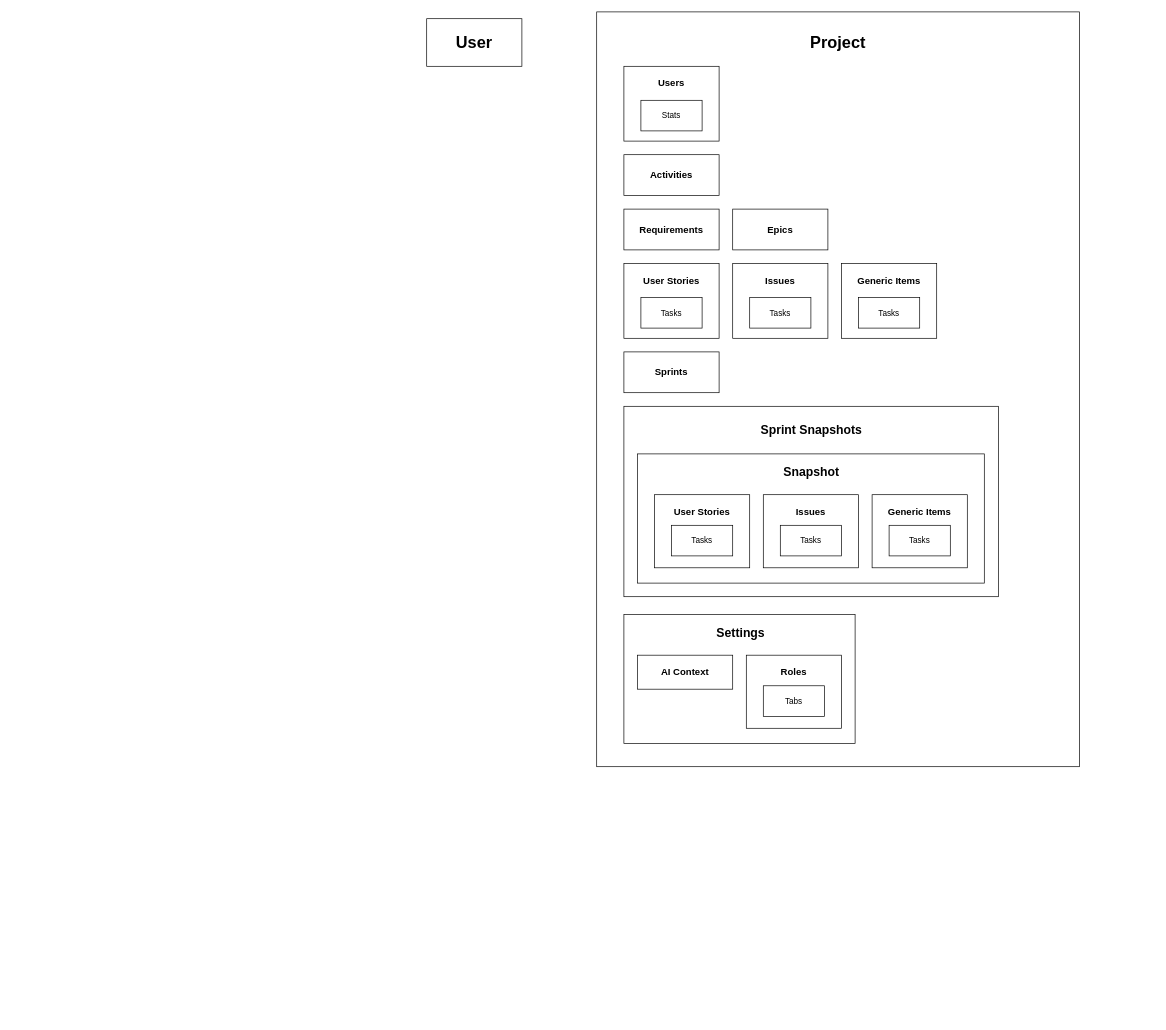
Above: diagrams/firebase_schema.drawio in Apantli/Tenor (draw.io), before the change. Source tidied: cells renumbered, new cells numbered last; positions are measured from the earlier drawing's top-left corner, leaving out a move shared by most shapes. Both pictures are drawn from the tidied source at 68%, with x=0, y=0 at pixel (426, 12).
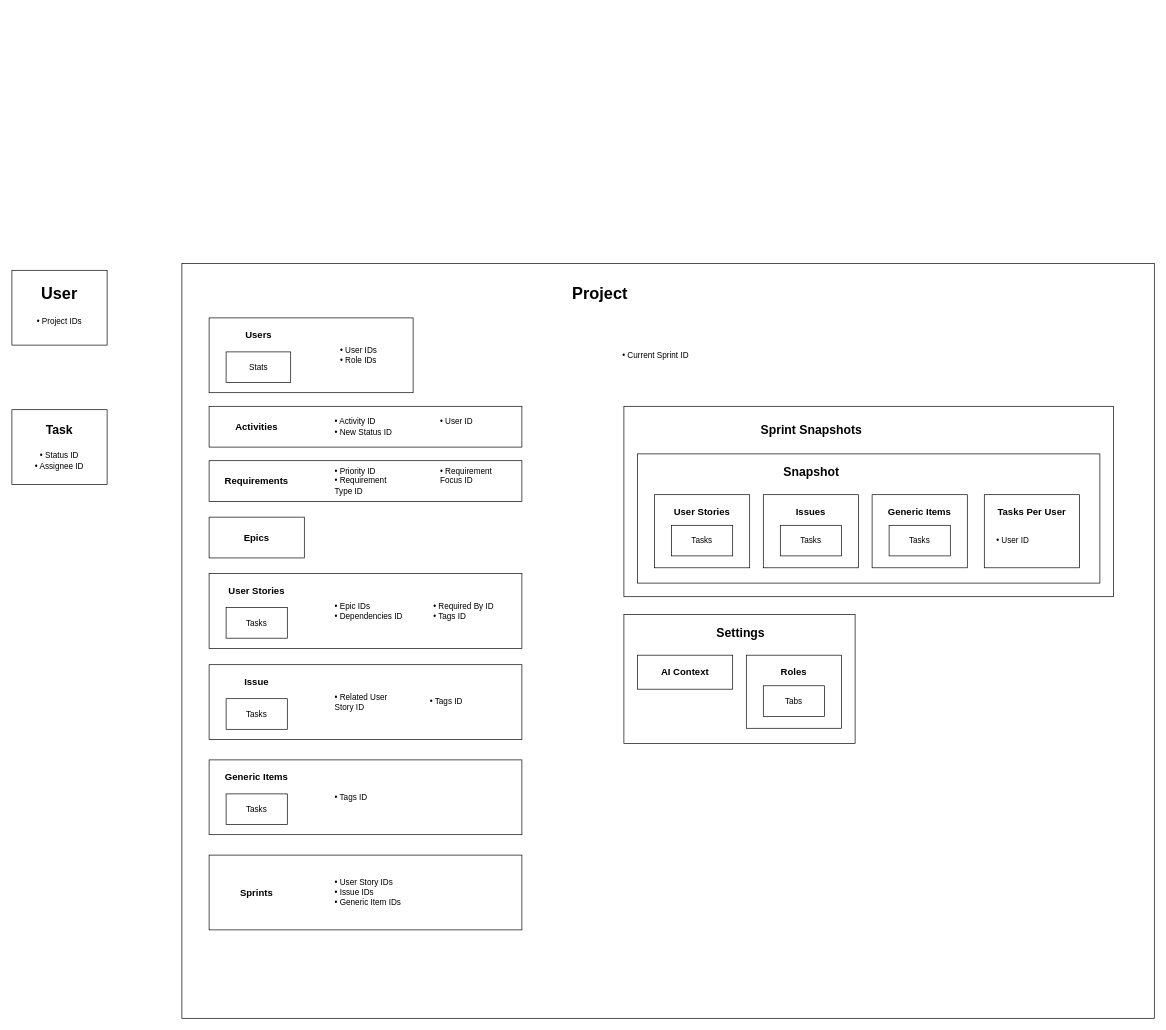
Above is the later version.

Change to the diagram source:
```diff
@@
     <mxCell id="2" style="rounded=0;whiteSpace=wrap;html=1;" parent="1" vertex="1">
-      <mxGeometry x="250" width="710" height="1110" as="geometry" />
+      <mxGeometry x="-360" y="370" width="1430" height="1110" as="geometry" />
     </mxCell>
     <mxCell id="3" value="&lt;h1&gt;Project&lt;/h1&gt;" style="text;html=1;align=center;verticalAlign=middle;whiteSpace=wrap;rounded=0;" parent="1" vertex="1">
-      <mxGeometry x="540" y="30" width="130" height="30" as="geometry" />
+      <mxGeometry x="190" y="400" width="130" height="30" as="geometry" />
     </mxCell>
     <mxCell id="4" style="rounded=0;whiteSpace=wrap;html=1;" parent="1" vertex="1">
-      <mxGeometry x="290" y="210" width="140" height="60" as="geometry" />
+      <mxGeometry x="-320" y="580" width="460" height="60" as="geometry" />
     </mxCell>
     <mxCell id="5" value="&lt;h3&gt;Activities&lt;/h3&gt;" style="text;html=1;align=center;verticalAlign=middle;whiteSpace=wrap;rounded=0;" parent="1" vertex="1">
-      <mxGeometry x="320" y="225" width="80" height="30" as="geometry" />
+      <mxGeometry x="-290" y="595" width="80" height="30" as="geometry" />
     </mxCell>
     <mxCell id="6" style="rounded=0;whiteSpace=wrap;html=1;" parent="1" vertex="1">
-      <mxGeometry x="290" y="80" width="140" height="110" as="geometry" />
+      <mxGeometry x="-320" y="450" width="300" height="110" as="geometry" />
     </mxCell>
     <mxCell id="7" style="rounded=0;whiteSpace=wrap;html=1;" parent="1" vertex="1">
-      <mxGeometry x="315" y="130" width="90" height="45" as="geometry" />
+      <mxGeometry x="-295" y="500" width="95" height="45" as="geometry" />
     </mxCell>
     <mxCell id="8" value="Stats" style="text;html=1;align=center;verticalAlign=middle;whiteSpace=wrap;rounded=0;" parent="1" vertex="1">
-      <mxGeometry x="330" y="137.5" width="60" height="30" as="geometry" />
+      <mxGeometry x="-277.5" y="507.5" width="60" height="30" as="geometry" />
     </mxCell>
     <mxCell id="9" value="&lt;h3&gt;Users&lt;/h3&gt;" style="text;html=1;align=center;verticalAlign=middle;whiteSpace=wrap;rounded=0;" parent="1" vertex="1">
-      <mxGeometry x="330" y="90" width="60" height="30" as="geometry" />
+      <mxGeometry x="-277.5" y="460" width="60" height="30" as="geometry" />
     </mxCell>
     <mxCell id="10" style="rounded=0;whiteSpace=wrap;html=1;" parent="1" vertex="1">
-      <mxGeometry y="10" width="140" height="70" as="geometry" />
+      <mxGeometry x="-610" y="380" width="140" height="110" as="geometry" />
     </mxCell>
     <mxCell id="11" value="&lt;h1&gt;User&lt;/h1&gt;" style="text;html=1;align=center;verticalAlign=middle;whiteSpace=wrap;rounded=0;" parent="1" vertex="1">
-      <mxGeometry x="40" y="30" width="60" height="30" as="geometry" />
+      <mxGeometry x="-570" y="400" width="60" height="30" as="geometry" />
     </mxCell>
     <mxCell id="12" style="rounded=0;whiteSpace=wrap;html=1;" parent="1" vertex="1">
-      <mxGeometry x="290" y="290" width="140" height="60" as="geometry" />
+      <mxGeometry x="-320" y="660" width="460" height="60" as="geometry" />
     </mxCell>
     <mxCell id="13" value="&lt;h3&gt;Requirements&lt;/h3&gt;" style="text;html=1;align=center;verticalAlign=middle;whiteSpace=wrap;rounded=0;" parent="1" vertex="1">
-      <mxGeometry x="320" y="305" width="80" height="30" as="geometry" />
+      <mxGeometry x="-290" y="675" width="80" height="30" as="geometry" />
     </mxCell>
     <mxCell id="14" style="rounded=0;whiteSpace=wrap;html=1;" parent="1" vertex="1">
-      <mxGeometry x="450" y="290" width="140" height="60" as="geometry" />
+      <mxGeometry x="-320" y="743" width="140" height="60" as="geometry" />
     </mxCell>
     <mxCell id="15" value="&lt;h3&gt;Epics&lt;/h3&gt;" style="text;html=1;align=center;verticalAlign=middle;whiteSpace=wrap;rounded=0;" parent="1" vertex="1">
-      <mxGeometry x="480" y="305" width="80" height="30" as="geometry" />
+      <mxGeometry x="-290" y="758" width="80" height="30" as="geometry" />
     </mxCell>
-    <mxCell id="16" style="rounded=0;whiteSpace=wrap;html=1;" parent="1" vertex="1">
-      <mxGeometry x="290" y="500" width="140" height="60" as="geometry" />
-    </mxCell>
-    <mxCell id="17" value="&lt;h3&gt;Sprints&lt;/h3&gt;" style="text;html=1;align=center;verticalAlign=middle;whiteSpace=wrap;rounded=0;" parent="1" vertex="1">
-      <mxGeometry x="320" y="515" width="80" height="30" as="geometry" />
-    </mxCell>
     <mxCell id="18" style="rounded=0;whiteSpace=wrap;html=1;" parent="1" vertex="1">
-      <mxGeometry x="290" y="580" width="551" height="280" as="geometry" />
+      <mxGeometry x="290" y="580" width="720" height="280" as="geometry" />
     </mxCell>
@@
     <mxCell id="20" style="rounded=0;whiteSpace=wrap;html=1;" parent="1" vertex="1">
-      <mxGeometry x="310" y="650" width="510" height="190" as="geometry" />
+      <mxGeometry x="310" y="650" width="680" height="190" as="geometry" />
     </mxCell>
@@
     <mxCell id="42" style="rounded=0;whiteSpace=wrap;html=1;" parent="1" vertex="1">
-      <mxGeometry x="290" y="370" width="140" height="110" as="geometry" />
+      <mxGeometry x="-320" y="826" width="460" height="110" as="geometry" />
     </mxCell>
     <mxCell id="43" style="rounded=0;whiteSpace=wrap;html=1;" parent="1" vertex="1">
-      <mxGeometry x="315" y="420" width="90" height="45" as="geometry" />
+      <mxGeometry x="-295" y="876" width="90" height="45" as="geometry" />
     </mxCell>
     <mxCell id="44" value="Tasks" style="text;html=1;align=center;verticalAlign=middle;whiteSpace=wrap;rounded=0;" parent="1" vertex="1">
-      <mxGeometry x="330" y="427.5" width="60" height="30" as="geometry" />
+      <mxGeometry x="-280" y="883.5" width="60" height="30" as="geometry" />
     </mxCell>
     <mxCell id="45" value="&lt;h3&gt;User Stories&lt;/h3&gt;" style="text;html=1;align=center;verticalAlign=middle;whiteSpace=wrap;rounded=0;" parent="1" vertex="1">
-      <mxGeometry x="300" y="380" width="120" height="30" as="geometry" />
+      <mxGeometry x="-310" y="836" width="120" height="30" as="geometry" />
     </mxCell>
-    <mxCell id="46" style="rounded=0;whiteSpace=wrap;html=1;" parent="1" vertex="1">
-      <mxGeometry x="450" y="370" width="140" height="110" as="geometry" />
-    </mxCell>
-    <mxCell id="47" style="rounded=0;whiteSpace=wrap;html=1;" parent="1" vertex="1">
-      <mxGeometry x="475" y="420" width="90" height="45" as="geometry" />
-    </mxCell>
-    <mxCell id="48" value="Tasks" style="text;html=1;align=center;verticalAlign=middle;whiteSpace=wrap;rounded=0;" parent="1" vertex="1">
-      <mxGeometry x="490" y="427.5" width="60" height="30" as="geometry" />
-    </mxCell>
-    <mxCell id="49" value="&lt;h3&gt;Issues&lt;/h3&gt;" style="text;html=1;align=center;verticalAlign=middle;whiteSpace=wrap;rounded=0;" parent="1" vertex="1">
-      <mxGeometry x="460" y="380" width="120" height="30" as="geometry" />
-    </mxCell>
-    <mxCell id="50" style="rounded=0;whiteSpace=wrap;html=1;" parent="1" vertex="1">
-      <mxGeometry x="610" y="370" width="140" height="110" as="geometry" />
-    </mxCell>
-    <mxCell id="51" style="rounded=0;whiteSpace=wrap;html=1;" parent="1" vertex="1">
-      <mxGeometry x="635" y="420" width="90" height="45" as="geometry" />
-    </mxCell>
-    <mxCell id="52" value="Tasks" style="text;html=1;align=center;verticalAlign=middle;whiteSpace=wrap;rounded=0;" parent="1" vertex="1">
-      <mxGeometry x="650" y="427.5" width="60" height="30" as="geometry" />
-    </mxCell>
+    <mxCell id="54" value="&lt;p&gt;&lt;/p&gt;&lt;span style=&quot;background-color: transparent; color: light-dark(rgb(0, 0, 0), rgb(255, 255, 255));&quot;&gt;• Project IDs&lt;/span&gt;&lt;p&gt;&lt;/p&gt;" style="text;html=1;align=center;verticalAlign=middle;whiteSpace=wrap;rounded=0;" parent="1" vertex="1">
+      <mxGeometry x="-590" y="440" width="100" height="30" as="geometry" />
+    </mxCell>
+    <mxCell id="55" value="&lt;p&gt;&lt;/p&gt;&lt;span style=&quot;background-color: transparent; color: light-dark(rgb(0, 0, 0), rgb(255, 255, 255));&quot;&gt;• User IDs&lt;/span&gt;&lt;br&gt;&lt;span style=&quot;background-color: transparent; color: light-dark(rgb(0, 0, 0), rgb(255, 255, 255));&quot;&gt;• Role IDs&lt;/span&gt;&lt;span style=&quot;background-color: transparent; color: light-dark(rgb(0, 0, 0), rgb(255, 255, 255));&quot;&gt;&amp;nbsp;&lt;/span&gt;&lt;div&gt;&lt;div&gt;&lt;p&gt;&lt;/p&gt;&lt;/div&gt;&lt;/div&gt;" style="text;html=1;align=left;verticalAlign=middle;whiteSpace=wrap;rounded=0;fontSize=12;spacing=0;spacingBottom=0;horizontal=1;" parent="1" vertex="1">
+      <mxGeometry x="-127.5" y="480" width="75" height="50" as="geometry" />
+    </mxCell>
+    <mxCell id="56" value="&lt;p&gt;&lt;/p&gt;&lt;span style=&quot;background-color: transparent; color: light-dark(rgb(0, 0, 0), rgb(255, 255, 255));&quot;&gt;• Activity ID&lt;/span&gt;&lt;br&gt;&lt;span style=&quot;background-color: transparent; color: light-dark(rgb(0, 0, 0), rgb(255, 255, 255));&quot;&gt;• New Status ID&lt;/span&gt;&lt;div&gt;&lt;div&gt;&lt;p&gt;&lt;/p&gt;&lt;/div&gt;&lt;/div&gt;" style="text;html=1;align=left;verticalAlign=middle;whiteSpace=wrap;rounded=0;fontSize=12;spacing=0;spacingBottom=0;horizontal=1;" parent="1" vertex="1">
+      <mxGeometry x="-135" y="585" width="90" height="50" as="geometry" />
+    </mxCell>
+    <mxCell id="57" value="&lt;p&gt;&lt;/p&gt;&lt;span style=&quot;background-color: transparent; color: light-dark(rgb(0, 0, 0), rgb(255, 255, 255));&quot;&gt;• User ID&lt;/span&gt;&lt;div&gt;&lt;span style=&quot;background-color: transparent; color: light-dark(rgb(0, 0, 0), rgb(255, 255, 255));&quot;&gt;&amp;nbsp;&lt;/span&gt;&lt;br&gt;&lt;div&gt;&lt;div&gt;&lt;p&gt;&lt;/p&gt;&lt;/div&gt;&lt;/div&gt;&lt;/div&gt;" style="text;html=1;align=left;verticalAlign=middle;whiteSpace=wrap;rounded=0;fontSize=12;spacing=0;spacingBottom=0;horizontal=1;" parent="1" vertex="1">
+      <mxGeometry x="20" y="585" width="90" height="50" as="geometry" />
+    </mxCell>
+    <mxCell id="58" value="&lt;p&gt;&lt;/p&gt;&lt;span style=&quot;background-color: transparent; color: light-dark(rgb(0, 0, 0), rgb(255, 255, 255));&quot;&gt;• Current Sprint ID&lt;/span&gt;&lt;div&gt;&lt;div&gt;&lt;div&gt;&lt;p&gt;&lt;/p&gt;&lt;/div&gt;&lt;/div&gt;&lt;/div&gt;" style="text;html=1;align=left;verticalAlign=middle;whiteSpace=wrap;rounded=0;fontSize=12;spacing=0;spacingBottom=0;horizontal=1;" parent="1" vertex="1">
+      <mxGeometry x="287.5" y="480" width="235" height="50" as="geometry" />
+    </mxCell>
+    <mxCell id="59" value="&lt;p&gt;&lt;/p&gt;&lt;span style=&quot;background-color: transparent; color: light-dark(rgb(0, 0, 0), rgb(255, 255, 255));&quot;&gt;• Priority ID&lt;/span&gt;&lt;br&gt;&lt;span style=&quot;background-color: transparent; color: light-dark(rgb(0, 0, 0), rgb(255, 255, 255));&quot;&gt;• Requirement Type ID&lt;/span&gt;&lt;div&gt;&lt;div&gt;&lt;p&gt;&lt;/p&gt;&lt;/div&gt;&lt;/div&gt;" style="text;html=1;align=left;verticalAlign=middle;whiteSpace=wrap;rounded=0;fontSize=12;spacing=0;spacingBottom=0;horizontal=1;" parent="1" vertex="1">
+      <mxGeometry x="-135" y="665" width="90" height="50" as="geometry" />
+    </mxCell>
+    <mxCell id="60" value="&lt;p&gt;&lt;/p&gt;&lt;span style=&quot;background-color: transparent; color: light-dark(rgb(0, 0, 0), rgb(255, 255, 255));&quot;&gt;• Requirement Focus ID&lt;/span&gt;&lt;div&gt;&lt;span style=&quot;background-color: transparent; color: light-dark(rgb(0, 0, 0), rgb(255, 255, 255));&quot;&gt;&amp;nbsp;&lt;/span&gt;&lt;br&gt;&lt;div&gt;&lt;div&gt;&lt;p&gt;&lt;/p&gt;&lt;/div&gt;&lt;/div&gt;&lt;/div&gt;" style="text;html=1;align=left;verticalAlign=middle;whiteSpace=wrap;rounded=0;fontSize=12;spacing=0;spacingBottom=0;horizontal=1;" parent="1" vertex="1">
+      <mxGeometry x="20" y="665" width="90" height="50" as="geometry" />
+    </mxCell>
+    <mxCell id="61" value="&lt;p&gt;&lt;/p&gt;&lt;span style=&quot;background-color: transparent; color: light-dark(rgb(0, 0, 0), rgb(255, 255, 255));&quot;&gt;• Epic IDs&lt;/span&gt;&lt;br&gt;&lt;span style=&quot;background-color: transparent; color: light-dark(rgb(0, 0, 0), rgb(255, 255, 255));&quot;&gt;• Dependencies&lt;/span&gt;&lt;span style=&quot;background-color: transparent; color: light-dark(rgb(0, 0, 0), rgb(255, 255, 255));&quot;&gt;&amp;nbsp;ID&lt;/span&gt;&lt;div&gt;&lt;div&gt;&lt;p&gt;&lt;/p&gt;&lt;/div&gt;&lt;/div&gt;" style="text;html=1;align=left;verticalAlign=middle;whiteSpace=wrap;rounded=0;fontSize=12;spacing=0;spacingBottom=0;horizontal=1;" parent="1" vertex="1">
+      <mxGeometry x="-135" y="856" width="105" height="50" as="geometry" />
+    </mxCell>
+    <mxCell id="62" value="&lt;p&gt;&lt;/p&gt;&lt;span style=&quot;background-color: transparent; color: light-dark(rgb(0, 0, 0), rgb(255, 255, 255));&quot;&gt;• Required By ID&lt;/span&gt;&lt;div&gt;&lt;span style=&quot;background-color: transparent; color: light-dark(rgb(0, 0, 0), rgb(255, 255, 255));&quot;&gt;• T&lt;/span&gt;&lt;span style=&quot;background-color: transparent;&quot;&gt;ags ID&lt;/span&gt;&lt;div&gt;&lt;div&gt;&lt;p&gt;&lt;/p&gt;&lt;/div&gt;&lt;/div&gt;&lt;/div&gt;" style="text;html=1;align=left;verticalAlign=middle;whiteSpace=wrap;rounded=0;fontSize=12;spacing=0;spacingBottom=0;horizontal=1;" parent="1" vertex="1">
+      <mxGeometry x="10" y="856" width="105" height="50" as="geometry" />
+    </mxCell>
+    <mxCell id="63" style="rounded=0;whiteSpace=wrap;html=1;" parent="1" vertex="1">
+      <mxGeometry x="-610" y="585" width="140" height="110" as="geometry" />
+    </mxCell>
+    <mxCell id="64" value="&lt;h2&gt;Task&lt;/h2&gt;" style="text;html=1;align=center;verticalAlign=middle;whiteSpace=wrap;rounded=0;" parent="1" vertex="1">
+      <mxGeometry x="-570" y="600" width="60" height="30" as="geometry" />
+    </mxCell>
+    <mxCell id="65" value="&lt;p&gt;&lt;/p&gt;&lt;span style=&quot;background-color: transparent; color: light-dark(rgb(0, 0, 0), rgb(255, 255, 255));&quot;&gt;• Status ID&lt;br&gt;&lt;/span&gt;&lt;div&gt;&lt;span style=&quot;background-color: transparent; color: light-dark(rgb(0, 0, 0), rgb(255, 255, 255));&quot;&gt;• Assignee ID&lt;/span&gt;&lt;p&gt;&lt;/p&gt;&lt;/div&gt;" style="text;html=1;align=center;verticalAlign=middle;whiteSpace=wrap;rounded=0;" parent="1" vertex="1">
+      <mxGeometry x="-590" y="645" width="100" height="30" as="geometry" />
+    </mxCell>
+    <mxCell id="66" style="rounded=0;whiteSpace=wrap;html=1;" parent="1" vertex="1">
+      <mxGeometry x="-320" y="960" width="460" height="110" as="geometry" />
+    </mxCell>
+    <mxCell id="67" style="rounded=0;whiteSpace=wrap;html=1;" parent="1" vertex="1">
+      <mxGeometry x="-295" y="1010" width="90" height="45" as="geometry" />
+    </mxCell>
+    <mxCell id="68" value="Tasks" style="text;html=1;align=center;verticalAlign=middle;whiteSpace=wrap;rounded=0;" parent="1" vertex="1">
+      <mxGeometry x="-280" y="1017.5" width="60" height="30" as="geometry" />
+    </mxCell>
+    <mxCell id="69" value="&lt;h3&gt;Issue&lt;/h3&gt;" style="text;html=1;align=center;verticalAlign=middle;whiteSpace=wrap;rounded=0;" parent="1" vertex="1">
+      <mxGeometry x="-310" y="970" width="120" height="30" as="geometry" />
+    </mxCell>
+    <mxCell id="70" value="&lt;p&gt;&lt;/p&gt;&lt;span style=&quot;background-color: transparent; color: light-dark(rgb(0, 0, 0), rgb(255, 255, 255));&quot;&gt;• R&lt;/span&gt;&lt;span style=&quot;background-color: transparent;&quot;&gt;elated User Story ID&amp;nbsp;&lt;/span&gt;&lt;div&gt;&lt;div&gt;&lt;div&gt;&lt;div&gt;&lt;div&gt;&lt;p&gt;&lt;/p&gt;&lt;/div&gt;&lt;/div&gt;&lt;/div&gt;&lt;/div&gt;&lt;/div&gt;" style="text;html=1;align=left;verticalAlign=middle;whiteSpace=wrap;rounded=0;fontSize=12;spacing=0;spacingBottom=0;horizontal=1;" parent="1" vertex="1">
+      <mxGeometry x="-135" y="990" width="105" height="50" as="geometry" />
+    </mxCell>
+    <mxCell id="71" value="&lt;p&gt;&lt;/p&gt;&lt;span style=&quot;color: light-dark(rgb(0, 0, 0), rgb(255, 255, 255)); background-color: transparent;&quot;&gt;• T&lt;/span&gt;&lt;span style=&quot;background-color: transparent;&quot;&gt;ags ID&lt;/span&gt;&lt;div&gt;&lt;div&gt;&lt;div&gt;&lt;div&gt;&lt;div&gt;&lt;p&gt;&lt;/p&gt;&lt;/div&gt;&lt;/div&gt;&lt;/div&gt;&lt;/div&gt;&lt;/div&gt;" style="text;html=1;align=left;verticalAlign=middle;whiteSpace=wrap;rounded=0;fontSize=12;spacing=0;spacingBottom=0;horizontal=1;" parent="1" vertex="1">
+      <mxGeometry x="5" y="990" width="105" height="50" as="geometry" />
+    </mxCell>
+    <mxCell id="72" style="rounded=0;whiteSpace=wrap;html=1;" parent="1" vertex="1">
+      <mxGeometry x="-320" y="1100" width="460" height="110" as="geometry" />
+    </mxCell>
+    <mxCell id="73" style="rounded=0;whiteSpace=wrap;html=1;" parent="1" vertex="1">
+      <mxGeometry x="-295" y="1150" width="90" height="45" as="geometry" />
+    </mxCell>
+    <mxCell id="74" value="Tasks" style="text;html=1;align=center;verticalAlign=middle;whiteSpace=wrap;rounded=0;" parent="1" vertex="1">
+      <mxGeometry x="-280" y="1157.5" width="60" height="30" as="geometry" />
+    </mxCell>
     <mxCell id="53" value="&lt;h3&gt;Generic Items&lt;/h3&gt;" style="text;html=1;align=center;verticalAlign=middle;whiteSpace=wrap;rounded=0;" parent="1" vertex="1">
-      <mxGeometry x="620" y="380" width="120" height="30" as="geometry" />
+      <mxGeometry x="-310" y="1110" width="120" height="30" as="geometry" />
     </mxCell>
+    <mxCell id="75" value="&lt;p&gt;&lt;/p&gt;&lt;span style=&quot;background-color: transparent; color: light-dark(rgb(0, 0, 0), rgb(255, 255, 255));&quot;&gt;• Tags ID&lt;/span&gt;&lt;div&gt;&lt;div&gt;&lt;div&gt;&lt;div&gt;&lt;div&gt;&lt;p&gt;&lt;/p&gt;&lt;/div&gt;&lt;/div&gt;&lt;/div&gt;&lt;/div&gt;&lt;/div&gt;" style="text;html=1;align=left;verticalAlign=middle;whiteSpace=wrap;rounded=0;fontSize=12;spacing=0;spacingBottom=0;horizontal=1;" parent="1" vertex="1">
+      <mxGeometry x="-135" y="1130" width="105" height="50" as="geometry" />
+    </mxCell>
+    <mxCell id="76" style="rounded=0;whiteSpace=wrap;html=1;" parent="1" vertex="1">
+      <mxGeometry x="-320" y="1240" width="460" height="110" as="geometry" />
+    </mxCell>
+    <mxCell id="17" value="&lt;h3&gt;Sprints&lt;/h3&gt;" style="text;html=1;align=center;verticalAlign=middle;whiteSpace=wrap;rounded=0;" parent="1" vertex="1">
+      <mxGeometry x="-310" y="1280" width="120" height="30" as="geometry" />
+    </mxCell>
+    <mxCell id="77" value="&lt;p&gt;&lt;/p&gt;&lt;span style=&quot;background-color: transparent; color: light-dark(rgb(0, 0, 0), rgb(255, 255, 255));&quot;&gt;• User Story IDs&lt;br&gt;&lt;/span&gt;&lt;div&gt;&lt;span style=&quot;background-color: transparent; color: light-dark(rgb(0, 0, 0), rgb(255, 255, 255));&quot;&gt;• Issue IDs&lt;/span&gt;&lt;/div&gt;&lt;div&gt;&lt;span style=&quot;background-color: transparent; color: light-dark(rgb(0, 0, 0), rgb(255, 255, 255));&quot;&gt;• Generic Item IDs&lt;/span&gt;&lt;div&gt;&lt;div&gt;&lt;div&gt;&lt;div&gt;&lt;div&gt;&lt;p&gt;&lt;/p&gt;&lt;/div&gt;&lt;/div&gt;&lt;/div&gt;&lt;/div&gt;&lt;/div&gt;&lt;/div&gt;" style="text;html=1;align=left;verticalAlign=middle;whiteSpace=wrap;rounded=0;fontSize=12;spacing=0;spacingBottom=0;horizontal=1;" parent="1" vertex="1">
+      <mxGeometry x="-135" y="1270" width="105" height="50" as="geometry" />
+    </mxCell>
+    <mxCell id="78" style="rounded=0;whiteSpace=wrap;html=1;" parent="1" vertex="1">
+      <mxGeometry x="820" y="710" width="140" height="107.5" as="geometry" />
+    </mxCell>
+    <mxCell id="79" value="&lt;h3&gt;Tasks Per User&lt;/h3&gt;" style="text;html=1;align=center;verticalAlign=middle;whiteSpace=wrap;rounded=0;" parent="1" vertex="1">
+      <mxGeometry x="830" y="720" width="120" height="30" as="geometry" />
+    </mxCell>
+    <mxCell id="80" value="&lt;p&gt;&lt;/p&gt;&lt;span style=&quot;background-color: transparent; color: light-dark(rgb(0, 0, 0), rgb(255, 255, 255));&quot;&gt;• User ID&lt;/span&gt;&lt;div&gt;&lt;div&gt;&lt;div&gt;&lt;p&gt;&lt;/p&gt;&lt;/div&gt;&lt;/div&gt;&lt;/div&gt;" style="text;html=1;align=left;verticalAlign=middle;whiteSpace=wrap;rounded=0;fontSize=12;spacing=0;spacingBottom=0;horizontal=1;" parent="1" vertex="1">
+      <mxGeometry x="837.5" y="752.5" width="105" height="50" as="geometry" />
+    </mxCell>
```
